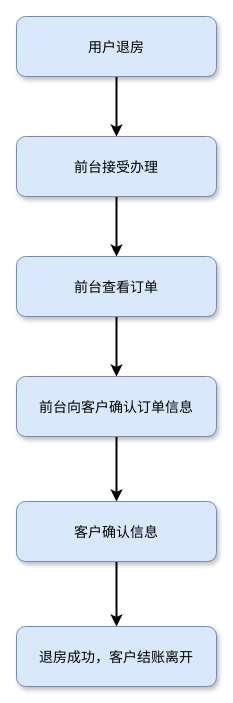
Before: docs/src/客户退房.drawio in AndSonder/smart-hotel-database, a draw.io diagram. Source tidied: cells renumbered, new cells numbered last; positions are measured from the earlier drawing's top-left corner, leaving out a move shared by most shapes. Both pictures are drawn from the tidied source at 100%, with x=0, y=0 at pixel (16, 16).
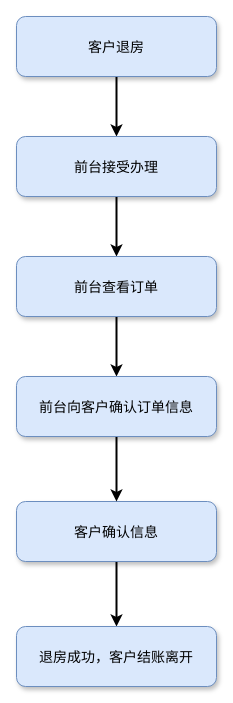
The same page after the edit.

The edit, as a diff of the source:
```diff
@@
 <mxGraphModel>
   <root>
     <mxCell id="0" />
     <mxCell id="1" parent="0" />
     <mxCell id="2" style="edgeStyle=orthogonalEdgeStyle;rounded=0;jettySize=auto;html=1;exitX=0.5;exitY=1;exitDx=0;exitDy=0;strokeWidth=2;" parent="1" edge="1" source="3" target="5">
       <mxGeometry relative="1" as="geometry" />
     </mxCell>
-    <mxCell id="3" value="用户退房" style="rounded=1;fillColor=#dae8fc;strokeColor=#6c8ebf;shadow=1;fontStyle=0;fontSize=14;" parent="1" vertex="1">
+    <mxCell id="3" value="客户退房" style="rounded=1;fillColor=#dae8fc;strokeColor=#6c8ebf;shadow=1;fontStyle=0;fontSize=14;" parent="1" vertex="1">
       <mxGeometry width="200" height="60" as="geometry" />
     </mxCell>
     <mxCell id="4" style="edgeStyle=orthogonalEdgeStyle;rounded=0;jettySize=auto;html=1;exitX=0.5;exitY=1;exitDx=0;exitDy=0;entryX=0.5;entryY=0;entryDx=0;entryDy=0;strokeWidth=2;" parent="1" edge="1" source="5" target="10">
       <mxGeometry relative="1" as="geometry" />
     </mxCell>
     <mxCell id="5" value="前台接受办理" style="rounded=1;fillColor=#dae8fc;strokeColor=#6c8ebf;shadow=1;fontStyle=0;fontSize=14;" parent="1" vertex="1">
       <mxGeometry y="120" width="200" height="60" as="geometry" />
     </mxCell>
     <mxCell id="6" style="edgeStyle=orthogonalEdgeStyle;rounded=0;jettySize=auto;html=1;exitX=0.5;exitY=1;exitDx=0;exitDy=0;entryX=0.5;entryY=0;entryDx=0;entryDy=0;strokeWidth=2;" parent="1" edge="1" source="7" target="8">
       <mxGeometry relative="1" as="geometry" />
     </mxCell>
     <mxCell id="7" value="客户确认信息" style="rounded=1;fillColor=#dae8fc;strokeColor=#6c8ebf;shadow=1;fontStyle=0;fontSize=14;" parent="1" vertex="1">
       <mxGeometry y="485" width="200" height="60" as="geometry" />
     </mxCell>
     <mxCell id="8" value="退房成功，客户结账离开" style="rounded=1;fillColor=#dae8fc;strokeColor=#6c8ebf;shadow=1;fontStyle=0;fontSize=14;" parent="1" vertex="1">
       <mxGeometry y="610" width="200" height="60" as="geometry" />
     </mxCell>
     <mxCell id="9" style="edgeStyle=orthogonalEdgeStyle;rounded=0;jettySize=auto;html=1;exitX=0.5;exitY=1;exitDx=0;exitDy=0;entryX=0.5;entryY=0;entryDx=0;entryDy=0;strokeWidth=2;" parent="1" edge="1" source="10" target="12">
       <mxGeometry relative="1" as="geometry" />
     </mxCell>
     <mxCell id="10" value="前台查看订单" style="rounded=1;fillColor=#dae8fc;strokeColor=#6c8ebf;shadow=1;fontStyle=0;fontSize=14;" parent="1" vertex="1">
       <mxGeometry y="240" width="200" height="60" as="geometry" />
     </mxCell>
     <mxCell id="11" style="edgeStyle=orthogonalEdgeStyle;rounded=0;jettySize=auto;html=1;exitX=0.5;exitY=1;exitDx=0;exitDy=0;strokeWidth=2;" parent="1" edge="1" source="12" target="7">
       <mxGeometry relative="1" as="geometry" />
     </mxCell>
     <mxCell id="12" value="前台向客户确认订单信息" style="rounded=1;fillColor=#dae8fc;strokeColor=#6c8ebf;shadow=1;fontStyle=0;fontSize=14;" parent="1" vertex="1">
       <mxGeometry y="360" width="200" height="60" as="geometry" />
     </mxCell>
   </root>
 </mxGraphModel>
```
